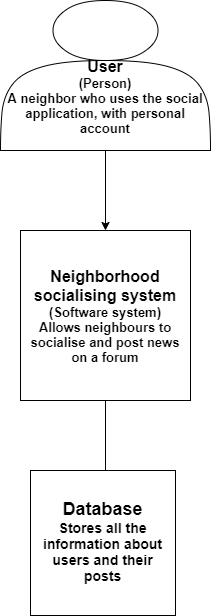
Above: Morcan_Catalin/SystemContextDiagram.png in diercan/PSSC-2019 (draw.io), before the change. Source tidied: cells renumbered, new cells last; positions are measured from the earlier drawing's top-left corner, leaving out a move shared by most shapes.
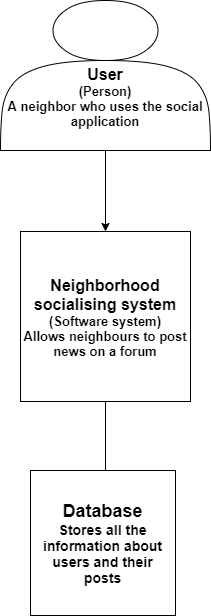
The same diagram one commit later.

The edit, as a diff of the source:
```diff
@@ -5,14 +5,14 @@
     <mxCell id="2" style="edgeStyle=orthogonalEdgeStyle;rounded=0;jettySize=auto;html=1;" parent="1" edge="1" source="3" target="5">
       <mxGeometry relative="1" as="geometry" />
     </mxCell>
-    <mxCell id="3" value="&lt;b&gt;&lt;font&gt;&lt;br&gt;&lt;br&gt;&lt;br&gt;&lt;font style=&quot;font-size: 16px&quot;&gt;User&lt;/font&gt;&lt;br&gt;&lt;span style=&quot;font-size: 13px&quot;&gt;(Person)&lt;/span&gt;&lt;br&gt;&lt;span style=&quot;font-size: 13px&quot;&gt;A neighbor who uses the social application, with personal account&lt;/span&gt;&lt;br&gt;&lt;/font&gt;&lt;/b&gt;" style="shape=actor;whiteSpace=wrap;html=1;" parent="1" vertex="1">
+    <mxCell id="3" value="&lt;b&gt;&lt;font&gt;&lt;br&gt;&lt;br&gt;&lt;br&gt;&lt;font style=&quot;font-size: 16px&quot;&gt;User&lt;/font&gt;&lt;br&gt;&lt;span style=&quot;font-size: 13px&quot;&gt;(Person)&lt;/span&gt;&lt;br&gt;&lt;span style=&quot;font-size: 13px&quot;&gt;A neighbor who uses the social application&lt;/span&gt;&lt;br&gt;&lt;/font&gt;&lt;/b&gt;" style="shape=actor;whiteSpace=wrap;html=1;" parent="1" vertex="1">
       <mxGeometry width="210" height="150" as="geometry" />
     </mxCell>
     <mxCell id="4" style="edgeStyle=orthogonalEdgeStyle;rounded=0;jettySize=auto;html=1;entryX=0.517;entryY=0.483;entryDx=0;entryDy=0;entryPerimeter=0;" parent="1" edge="1" source="5" target="6">
       <mxGeometry relative="1" as="geometry" />
     </mxCell>
-    <mxCell id="5" value="&lt;font&gt;&lt;b&gt;&lt;font style=&quot;font-size: 16px&quot;&gt;Neighborhood socialising system&lt;/font&gt;&lt;br&gt;&lt;span style=&quot;font-size: 13px&quot;&gt;(Software system)&lt;/span&gt;&lt;br&gt;&lt;span style=&quot;font-size: 13px&quot;&gt;Allows neighbours to socialise and post news on a forum&lt;/span&gt;&lt;br&gt;&lt;/b&gt;&lt;/font&gt;" style="whiteSpace=wrap;html=1;" parent="1" vertex="1">
-      <mxGeometry x="20" y="230" width="170" height="170" as="geometry" />
+    <mxCell id="5" value="&lt;font&gt;&lt;b&gt;&lt;font style=&quot;font-size: 16px&quot;&gt;Neighborhood socialising system&lt;/font&gt;&lt;br&gt;&lt;span style=&quot;font-size: 13px&quot;&gt;(Software system)&lt;/span&gt;&lt;br&gt;&lt;span style=&quot;font-size: 13px&quot;&gt;Allows neighbours to post news on a forum&lt;/span&gt;&lt;br&gt;&lt;/b&gt;&lt;/font&gt;" style="whiteSpace=wrap;html=1;" parent="1" vertex="1">
+      <mxGeometry x="20" y="231" width="170" height="170" as="geometry" />
     </mxCell>
     <mxCell id="6" value="&lt;b&gt;&lt;font&gt;&lt;span style=&quot;font-size: 18px&quot;&gt;Database&lt;/span&gt;&lt;br&gt;&lt;font style=&quot;font-size: 14px&quot;&gt;Stores all the information about users and their posts&lt;/font&gt;&lt;br&gt;&lt;/font&gt;&lt;/b&gt;" style="whiteSpace=wrap;html=1;" parent="1" vertex="1">
       <mxGeometry x="30" y="470" width="145" height="145" as="geometry" />
```
